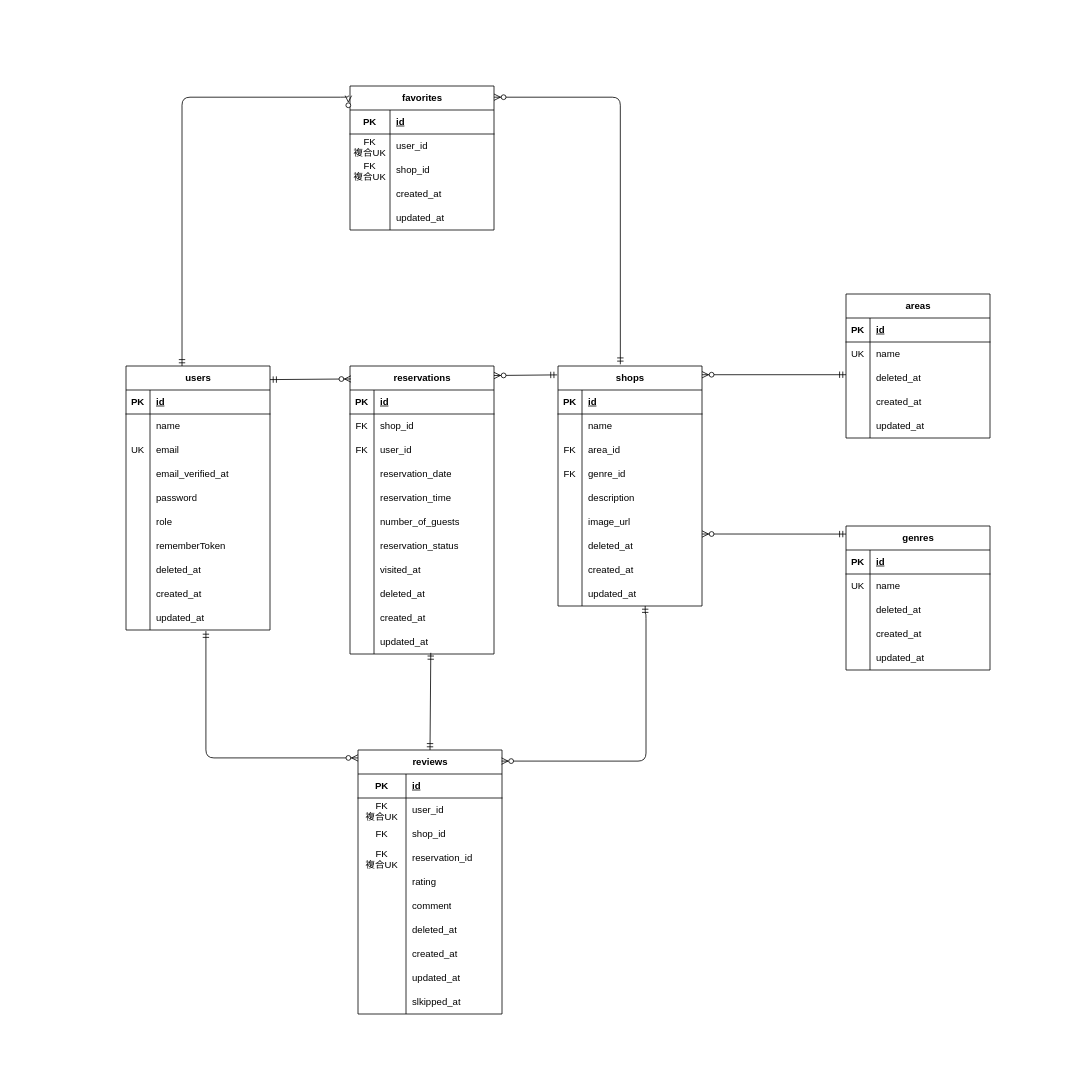
The draw.io diagram er.drawio in kawamata-natsuki/Rese, before the edit. Source tidied: cells renumbered, new cells numbered last; positions are measured from the earlier drawing's top-left corner, leaving out a move shared by most shapes. Both pictures are drawn from the tidied source at 80%, with x=0, y=0 at pixel (14, 14).
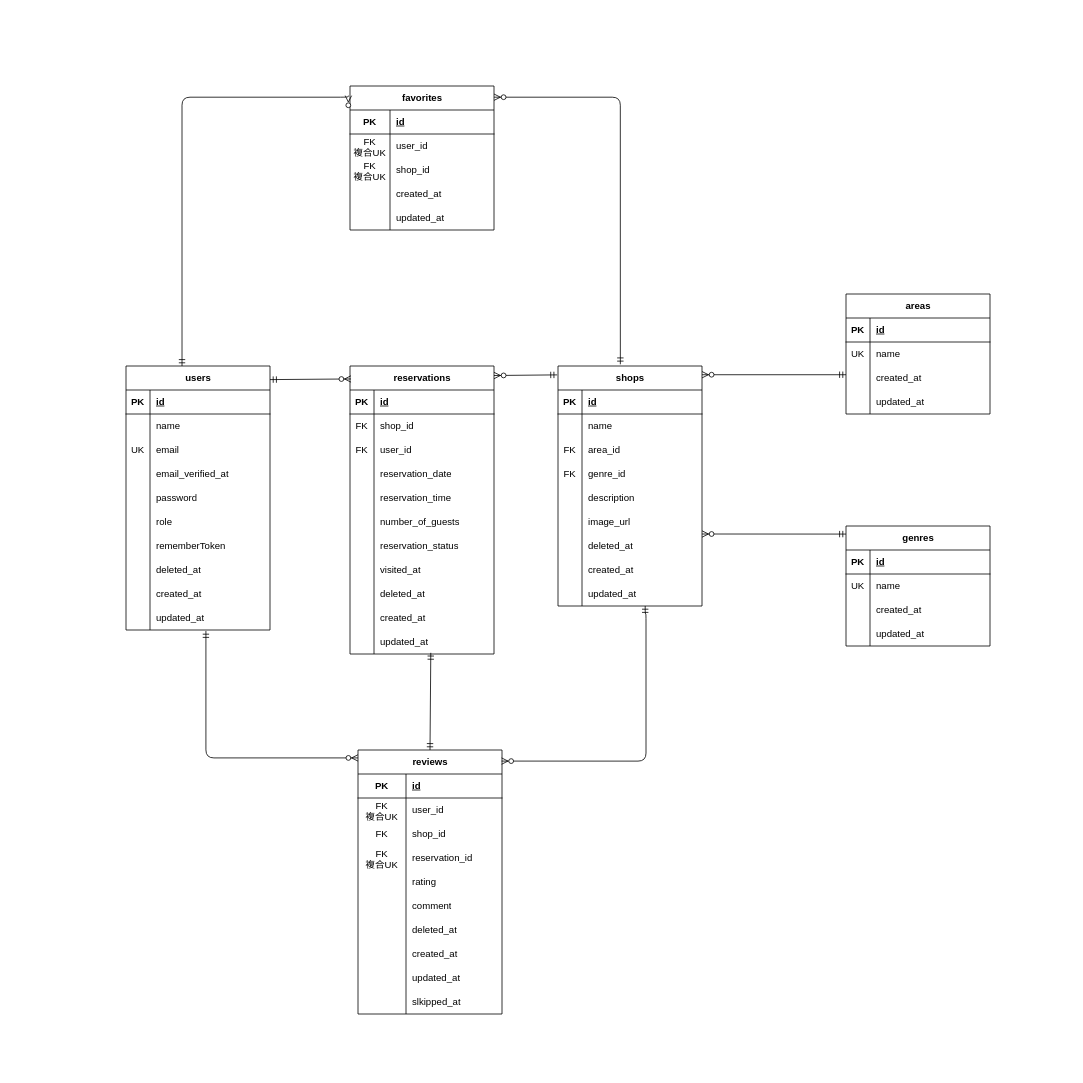
Above is the later version.

Commit message:
docs: reviewsテーブルとshopsからdeleted_at カラムを削除

Change to the diagram source:
```diff
@@
     <mxCell id="149" value="genres" style="shape=table;startSize=30;childLayout=tableLayout;rowLines=0;fontStyle=1;align=center;html=1;" parent="1" vertex="1">
-      <mxGeometry x="1040" y="640" width="180" height="180" as="geometry" />
+      <mxGeometry x="1040" y="640" width="180" height="150" as="geometry" />
     </mxCell>
@@
-    <mxCell id="156" style="shape=tableRow;horizontal=0;startSize=0;swimlaneHead=0;swimlaneBody=0;fillColor=none;top=0;left=0;right=0;bottom=0;" parent="149" vertex="1">
-      <mxGeometry y="90" width="180" height="30" as="geometry" />
-    </mxCell>
-    <mxCell id="157" style="shape=partialRectangle;fillColor=none;top=0;left=0;bottom=0;right=0;overflow=hidden;whiteSpace=wrap;html=1;" parent="156" vertex="1">
-      <mxGeometry width="30" height="30" as="geometry" />
-    </mxCell>
-    <mxCell id="158" value="deleted_at" style="shape=partialRectangle;fillColor=none;top=0;left=0;bottom=0;right=0;align=left;spacingLeft=6;overflow=hidden;whiteSpace=wrap;html=1;" parent="156" vertex="1">
-      <mxGeometry x="30" width="150" height="30" as="geometry" />
-    </mxCell>
     <mxCell id="159" style="shape=tableRow;horizontal=0;startSize=0;swimlaneHead=0;swimlaneBody=0;fillColor=none;top=0;left=0;right=0;bottom=0;" parent="149" vertex="1">
-      <mxGeometry y="120" width="180" height="30" as="geometry" />
+      <mxGeometry y="90" width="180" height="30" as="geometry" />
     </mxCell>
@@
     <mxCell id="162" style="shape=tableRow;horizontal=0;startSize=0;swimlaneHead=0;swimlaneBody=0;fillColor=none;top=0;left=0;right=0;bottom=0;" parent="149" vertex="1">
-      <mxGeometry y="150" width="180" height="30" as="geometry" />
+      <mxGeometry y="120" width="180" height="30" as="geometry" />
     </mxCell>
@@
     <mxCell id="165" value="areas" style="shape=table;startSize=30;childLayout=tableLayout;rowLines=0;fontStyle=1;align=center;html=1;" parent="1" vertex="1">
-      <mxGeometry x="1040" y="350" width="180" height="180" as="geometry" />
+      <mxGeometry x="1040" y="350" width="180" height="150" as="geometry" />
     </mxCell>
@@
-    <mxCell id="172" style="shape=tableRow;horizontal=0;startSize=0;swimlaneHead=0;swimlaneBody=0;fillColor=none;points=[[0,0.5],[1,0.5]];portConstraint=eastwest;top=0;left=0;right=0;bottom=0;" parent="165" vertex="1">
-      <mxGeometry y="90" width="180" height="30" as="geometry" />
-    </mxCell>
-    <mxCell id="173" style="shape=partialRectangle;fillColor=none;top=0;left=0;bottom=0;right=0;overflow=hidden;whiteSpace=wrap;html=1;" parent="172" vertex="1">
-      <mxGeometry width="30" height="30" as="geometry" />
-    </mxCell>
-    <mxCell id="174" value="deleted_at" style="shape=partialRectangle;fillColor=none;top=0;left=0;bottom=0;right=0;align=left;spacingLeft=6;overflow=hidden;whiteSpace=wrap;html=1;" parent="172" vertex="1">
-      <mxGeometry x="30" width="150" height="30" as="geometry" />
-    </mxCell>
     <mxCell id="175" style="shape=tableRow;horizontal=0;startSize=0;swimlaneHead=0;swimlaneBody=0;fillColor=none;top=0;left=0;right=0;bottom=0;" parent="165" vertex="1">
-      <mxGeometry y="120" width="180" height="30" as="geometry" />
+      <mxGeometry y="90" width="180" height="30" as="geometry" />
     </mxCell>
@@
     <mxCell id="178" style="shape=tableRow;horizontal=0;startSize=0;swimlaneHead=0;swimlaneBody=0;fillColor=none;top=0;left=0;right=0;bottom=0;" parent="165" vertex="1">
-      <mxGeometry y="150" width="180" height="30" as="geometry" />
+      <mxGeometry y="120" width="180" height="30" as="geometry" />
     </mxCell>
@@
-    <mxCell id="181" style="fontSize=12;html=1;endArrow=ERzeroToMany;startArrow=ERmandOne;entryX=0.989;entryY=0.033;entryDx=0;entryDy=0;entryPerimeter=0;exitX=0;exitY=0.363;exitDx=0;exitDy=0;exitPerimeter=0;" parent="1" edge="1" source="172">
+    <mxCell id="181" style="fontSize=12;html=1;endArrow=ERzeroToMany;startArrow=ERmandOne;entryX=0.989;entryY=0.033;entryDx=0;entryDy=0;entryPerimeter=0;exitX=0;exitY=0.363;exitDx=0;exitDy=0;exitPerimeter=0;" parent="1" edge="1">
       <mxGeometry relative="1" as="geometry">
+        <mxPoint x="1040" y="450.9" as="sourcePoint" />
         <mxPoint x="860" y="450.9" as="targetPoint" />
       </mxGeometry>
     </mxCell>
```
